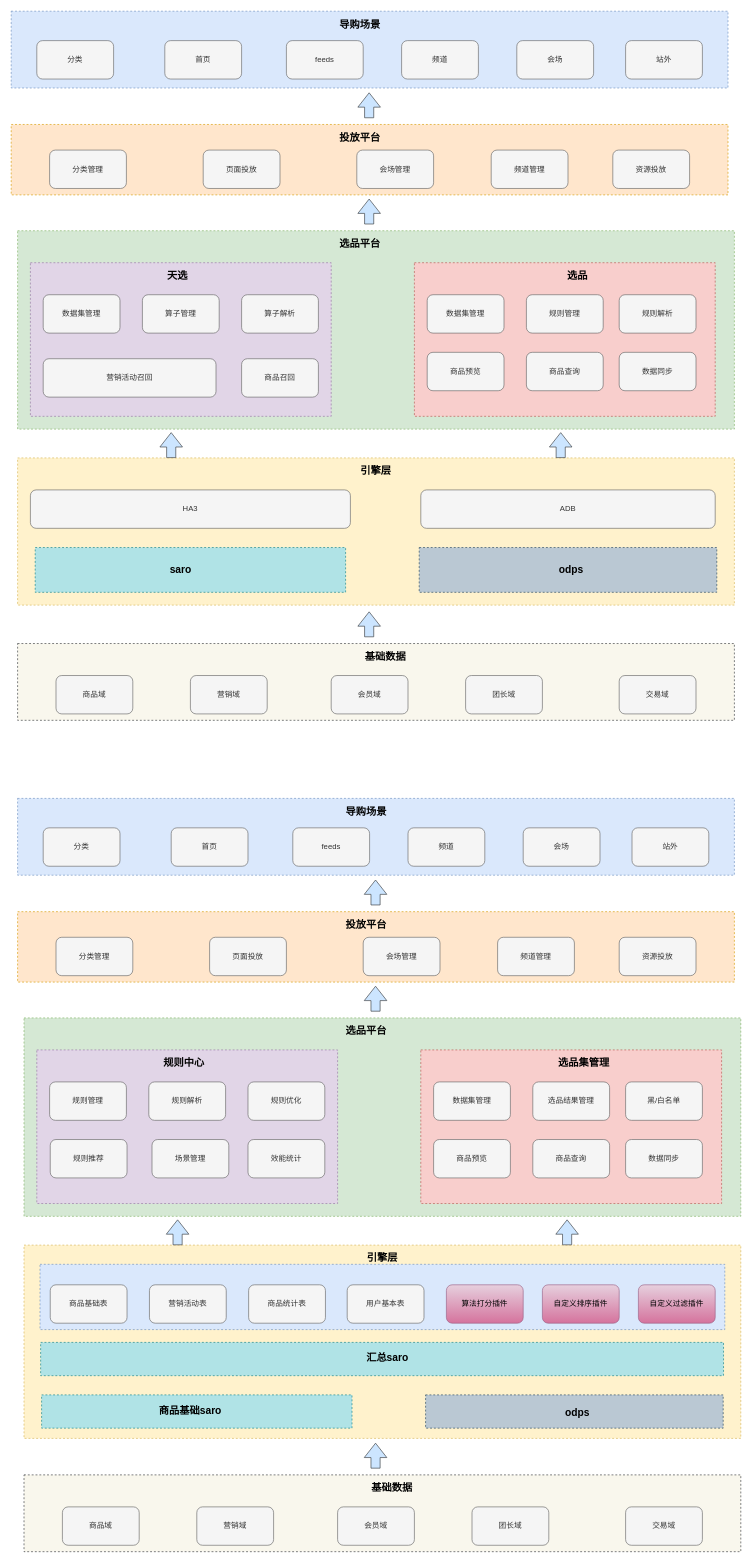
Above: Untitled Diagram.drawio in xushaoping/hosts (draw.io), before the change. Source tidied: cells renumbered, new cells numbered last; positions are measured from the earlier drawing's top-left corner, leaving out a move shared by most shapes. Both pictures are drawn from the tidied source at 64%, with x=0, y=0 at pixel (11, 11).
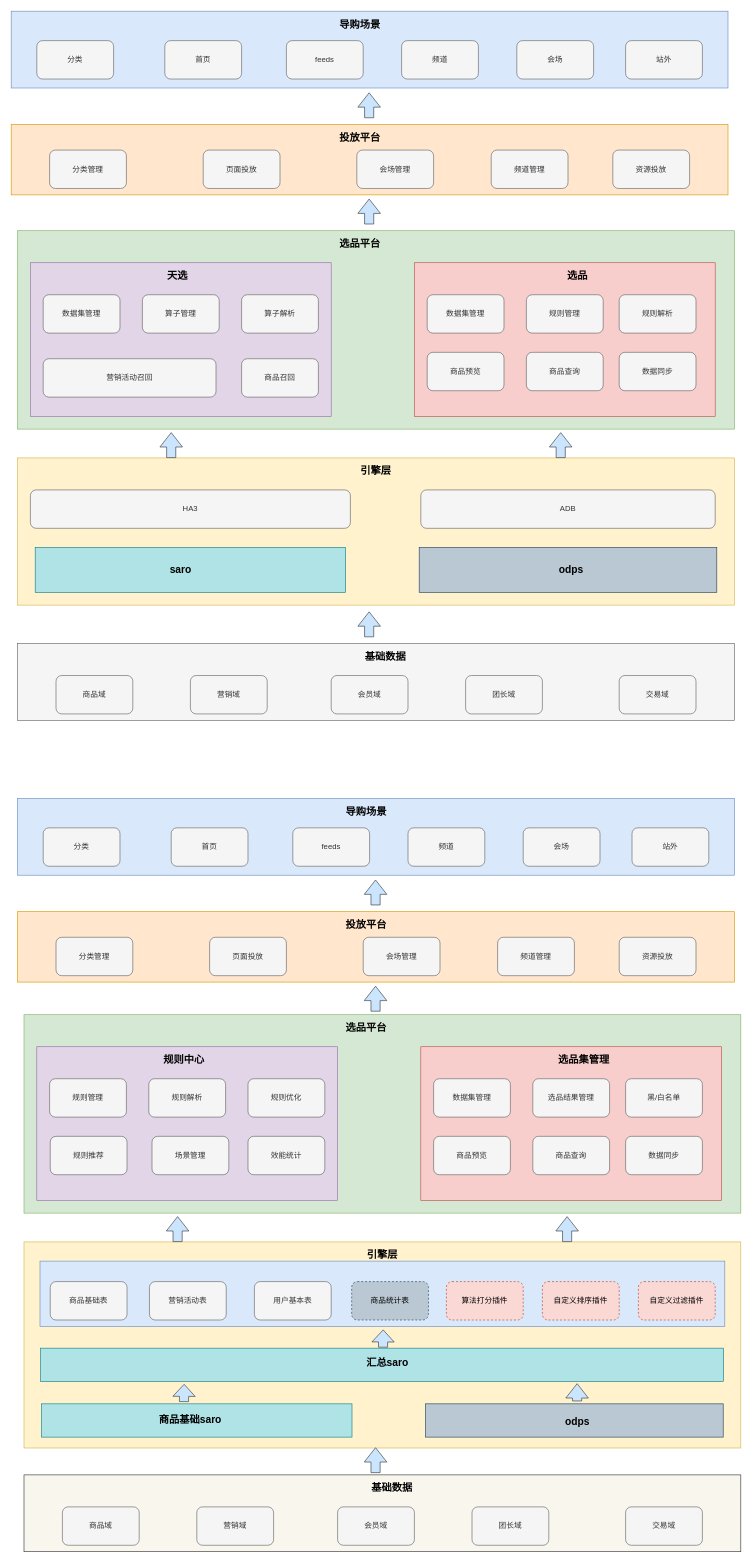
The same page after the edit.

What changed in the source:
```diff
@@
-    <mxCell id="2" style="rounded=0;whiteSpace=wrap;html=1;fillColor=#dae8fc;dashed=1;strokeColor=#6c8ebf;" parent="1" vertex="1">
+    <mxCell id="2" style="rounded=0;whiteSpace=wrap;html=1;fillColor=#dae8fc;strokeColor=#6c8ebf;" parent="1" vertex="1">
       <mxGeometry width="1120" height="120" as="geometry" />
     </mxCell>
@@
-    <mxCell id="10" style="rounded=0;whiteSpace=wrap;html=1;fillColor=#ffe6cc;dashed=1;strokeColor=#d79b00;" parent="1" vertex="1">
+    <mxCell id="10" style="rounded=0;whiteSpace=wrap;html=1;fillColor=#ffe6cc;strokeColor=#d79b00;" parent="1" vertex="1">
       <mxGeometry y="177" width="1120" height="110" as="geometry" />
     </mxCell>
@@
-    <mxCell id="17" style="rounded=0;whiteSpace=wrap;html=1;fillColor=#d5e8d4;dashed=1;strokeColor=#82b366;" parent="1" vertex="1">
+    <mxCell id="17" style="rounded=0;whiteSpace=wrap;html=1;fillColor=#d5e8d4;strokeColor=#82b366;" parent="1" vertex="1">
       <mxGeometry x="10" y="343" width="1120" height="310" as="geometry" />
     </mxCell>
@@
-    <mxCell id="19" style="rounded=0;whiteSpace=wrap;html=1;fillColor=#e1d5e7;dashed=1;strokeColor=#9673a6;" parent="1" vertex="1">
+    <mxCell id="19" style="rounded=0;whiteSpace=wrap;html=1;fillColor=#e1d5e7;strokeColor=#9673a6;" parent="1" vertex="1">
       <mxGeometry x="30" y="393" width="470" height="240" as="geometry" />
     </mxCell>
@@
-    <mxCell id="21" style="rounded=0;whiteSpace=wrap;html=1;fillColor=#f8cecc;dashed=1;strokeColor=#b85450;" parent="1" vertex="1">
+    <mxCell id="21" style="rounded=0;whiteSpace=wrap;html=1;fillColor=#f8cecc;strokeColor=#b85450;" parent="1" vertex="1">
       <mxGeometry x="630" y="393" width="470" height="240" as="geometry" />
     </mxCell>
@@
-    <mxCell id="34" style="rounded=0;whiteSpace=wrap;html=1;fillColor=#fff2cc;dashed=1;strokeColor=#d6b656;" parent="1" vertex="1">
+    <mxCell id="34" style="rounded=0;whiteSpace=wrap;html=1;fillColor=#fff2cc;strokeColor=#d6b656;" parent="1" vertex="1">
       <mxGeometry x="10" y="698" width="1120" height="230" as="geometry" />
     </mxCell>
@@
-    <mxCell id="38" style="rounded=0;whiteSpace=wrap;html=1;fillColor=#b0e3e6;dashed=1;strokeColor=#0e8088;" parent="1" vertex="1">
+    <mxCell id="38" style="rounded=0;whiteSpace=wrap;html=1;fillColor=#b0e3e6;strokeColor=#0e8088;" parent="1" vertex="1">
       <mxGeometry x="37.5" y="838" width="485" height="70" as="geometry" />
     </mxCell>
@@
-    <mxCell id="40" style="rounded=0;whiteSpace=wrap;html=1;fillColor=#bac8d3;dashed=1;strokeColor=#23445d;" parent="1" vertex="1">
+    <mxCell id="40" style="rounded=0;whiteSpace=wrap;html=1;fillColor=#bac8d3;strokeColor=#23445d;" parent="1" vertex="1">
       <mxGeometry x="637.5" y="838" width="465" height="70" as="geometry" />
     </mxCell>
@@
-    <mxCell id="42" style="rounded=0;whiteSpace=wrap;html=1;fillColor=#f9f7ed;dashed=1;strokeColor=#36393d;" parent="1" vertex="1">
+    <mxCell id="42" style="rounded=0;whiteSpace=wrap;html=1;fillColor=#f5f5f5;strokeColor=#666666;fontColor=#333333;" parent="1" vertex="1">
       <mxGeometry x="10" y="988" width="1120" height="120" as="geometry" />
     </mxCell>
@@
-    <mxCell id="54" style="rounded=0;whiteSpace=wrap;html=1;fillColor=#dae8fc;dashed=1;strokeColor=#6c8ebf;" parent="1" vertex="1">
+    <mxCell id="54" style="rounded=0;whiteSpace=wrap;html=1;fillColor=#dae8fc;strokeColor=#6c8ebf;" parent="1" vertex="1">
       <mxGeometry x="10" y="1230" width="1120" height="120" as="geometry" />
     </mxCell>
@@
-    <mxCell id="62" style="rounded=0;whiteSpace=wrap;html=1;fillColor=#ffe6cc;dashed=1;strokeColor=#d79b00;" parent="1" vertex="1">
+    <mxCell id="62" style="rounded=0;whiteSpace=wrap;html=1;fillColor=#ffe6cc;strokeColor=#d79b00;" parent="1" vertex="1">
       <mxGeometry x="10" y="1407" width="1120" height="110" as="geometry" />
     </mxCell>
@@
-    <mxCell id="69" style="rounded=0;whiteSpace=wrap;html=1;fillColor=#d5e8d4;dashed=1;strokeColor=#82b366;" parent="1" vertex="1">
-      <mxGeometry x="20" y="1573" width="1120" height="310" as="geometry" />
+    <mxCell id="69" style="rounded=0;whiteSpace=wrap;html=1;fillColor=#d5e8d4;strokeColor=#82b366;" parent="1" vertex="1">
+      <mxGeometry x="20" y="1568" width="1120" height="310" as="geometry" />
     </mxCell>
     <mxCell id="70" value="选品平台" style="text;html=1;strokeColor=none;fillColor=none;align=center;verticalAlign=middle;whiteSpace=wrap;rounded=0;fontStyle=1;fontSize=16;" parent="1" vertex="1">
-      <mxGeometry x="490" y="1583" width="130" height="20" as="geometry" />
+      <mxGeometry x="490" y="1578" width="130" height="20" as="geometry" />
     </mxCell>
-    <mxCell id="71" style="rounded=0;whiteSpace=wrap;html=1;fillColor=#e1d5e7;dashed=1;strokeColor=#9673a6;" parent="1" vertex="1">
-      <mxGeometry x="40" y="1623" width="470" height="240" as="geometry" />
+    <mxCell id="71" style="rounded=0;whiteSpace=wrap;html=1;fillColor=#e1d5e7;strokeColor=#9673a6;" parent="1" vertex="1">
+      <mxGeometry x="40" y="1618" width="470" height="240" as="geometry" />
     </mxCell>
     <mxCell id="72" value="规则中心" style="text;html=1;strokeColor=none;fillColor=none;align=center;verticalAlign=middle;whiteSpace=wrap;rounded=0;fontStyle=1;fontSize=16;" parent="1" vertex="1">
-      <mxGeometry x="205" y="1633" width="130" height="20" as="geometry" />
+      <mxGeometry x="205" y="1628" width="130" height="20" as="geometry" />
     </mxCell>
-    <mxCell id="73" style="rounded=0;whiteSpace=wrap;html=1;fillColor=#f8cecc;dashed=1;strokeColor=#b85450;" parent="1" vertex="1">
-      <mxGeometry x="640" y="1623" width="470" height="240" as="geometry" />
+    <mxCell id="73" style="rounded=0;whiteSpace=wrap;html=1;fillColor=#f8cecc;strokeColor=#b85450;" parent="1" vertex="1">
+      <mxGeometry x="640" y="1618" width="470" height="240" as="geometry" />
     </mxCell>
     <mxCell id="74" value="选品集管理" style="text;html=1;strokeColor=none;fillColor=none;align=center;verticalAlign=middle;whiteSpace=wrap;rounded=0;fontStyle=1;fontSize=16;" parent="1" vertex="1">
-      <mxGeometry x="830" y="1633" width="130" height="20" as="geometry" />
+      <mxGeometry x="830" y="1628" width="130" height="20" as="geometry" />
     </mxCell>
     <mxCell id="75" value="规则管理" style="rounded=1;whiteSpace=wrap;html=1;fillColor=#f5f5f5;strokeColor=#666666;fontColor=#333333;" parent="1" vertex="1">
-      <mxGeometry x="60" y="1673" width="120" height="60" as="geometry" />
+      <mxGeometry x="60" y="1668" width="120" height="60" as="geometry" />
     </mxCell>
     <mxCell id="76" value="规则解析" style="rounded=1;whiteSpace=wrap;html=1;fillColor=#f5f5f5;strokeColor=#666666;fontColor=#333333;" parent="1" vertex="1">
-      <mxGeometry x="215" y="1673" width="120" height="60" as="geometry" />
+      <mxGeometry x="215" y="1668" width="120" height="60" as="geometry" />
     </mxCell>
     <mxCell id="77" value="规则优化" style="rounded=1;whiteSpace=wrap;html=1;fillColor=#f5f5f5;strokeColor=#666666;fontColor=#333333;" parent="1" vertex="1">
-      <mxGeometry x="370" y="1673" width="120" height="60" as="geometry" />
+      <mxGeometry x="370" y="1668" width="120" height="60" as="geometry" />
     </mxCell>
     <mxCell id="78" value="数据集管理" style="rounded=1;whiteSpace=wrap;html=1;fillColor=#f5f5f5;strokeColor=#666666;fontColor=#333333;" parent="1" vertex="1">
-      <mxGeometry x="660" y="1673" width="120" height="60" as="geometry" />
+      <mxGeometry x="660" y="1668" width="120" height="60" as="geometry" />
     </mxCell>
     <mxCell id="79" value="选品结果管理" style="rounded=1;whiteSpace=wrap;html=1;fillColor=#f5f5f5;strokeColor=#666666;fontColor=#333333;" parent="1" vertex="1">
-      <mxGeometry x="815" y="1673" width="120" height="60" as="geometry" />
+      <mxGeometry x="815" y="1668" width="120" height="60" as="geometry" />
     </mxCell>
     <mxCell id="80" value="黑/白名单" style="rounded=1;whiteSpace=wrap;html=1;fillColor=#f5f5f5;strokeColor=#666666;fontColor=#333333;" parent="1" vertex="1">
-      <mxGeometry x="960" y="1673" width="120" height="60" as="geometry" />
+      <mxGeometry x="960" y="1668" width="120" height="60" as="geometry" />
     </mxCell>
     <mxCell id="81" value="商品预览" style="rounded=1;whiteSpace=wrap;html=1;fillColor=#f5f5f5;strokeColor=#666666;fontColor=#333333;" parent="1" vertex="1">
-      <mxGeometry x="660" y="1763" width="120" height="60" as="geometry" />
+      <mxGeometry x="660" y="1758" width="120" height="60" as="geometry" />
     </mxCell>
     <mxCell id="82" value="商品查询" style="rounded=1;whiteSpace=wrap;html=1;fillColor=#f5f5f5;strokeColor=#666666;fontColor=#333333;" parent="1" vertex="1">
-      <mxGeometry x="815" y="1763" width="120" height="60" as="geometry" />
+      <mxGeometry x="815" y="1758" width="120" height="60" as="geometry" />
     </mxCell>
     <mxCell id="83" value="数据同步" style="rounded=1;whiteSpace=wrap;html=1;fillColor=#f5f5f5;strokeColor=#666666;fontColor=#333333;" parent="1" vertex="1">
-      <mxGeometry x="960" y="1763" width="120" height="60" as="geometry" />
+      <mxGeometry x="960" y="1758" width="120" height="60" as="geometry" />
     </mxCell>
-    <mxCell id="84" style="rounded=0;whiteSpace=wrap;html=1;fillColor=#fff2cc;dashed=1;strokeColor=#d6b656;" parent="1" vertex="1">
-      <mxGeometry x="20" y="1928" width="1120" height="302" as="geometry" />
+    <mxCell id="84" style="rounded=0;whiteSpace=wrap;html=1;fillColor=#fff2cc;strokeColor=#d6b656;" parent="1" vertex="1">
+      <mxGeometry x="20" y="1923" width="1120" height="322" as="geometry" />
     </mxCell>
     <mxCell id="85" value="引擎层" style="text;html=1;strokeColor=none;fillColor=none;align=center;verticalAlign=middle;whiteSpace=wrap;rounded=0;fontStyle=1;fontSize=16;" parent="1" vertex="1">
-      <mxGeometry x="515" y="1938" width="130" height="20" as="geometry" />
+      <mxGeometry x="515" y="1933" width="130" height="20" as="geometry" />
     </mxCell>
-    <mxCell id="86" style="rounded=0;whiteSpace=wrap;html=1;fillColor=#b0e3e6;dashed=1;strokeColor=#0e8088;" parent="1" vertex="1">
-      <mxGeometry x="47.5" y="2162" width="485" height="52" as="geometry" />
+    <mxCell id="86" style="rounded=0;whiteSpace=wrap;html=1;fillColor=#b0e3e6;strokeColor=#0e8088;" parent="1" vertex="1">
+      <mxGeometry x="47.5" y="2176" width="485" height="52" as="geometry" />
     </mxCell>
     <mxCell id="87" value="商品基础saro" style="text;html=1;strokeColor=none;fillColor=none;align=center;verticalAlign=middle;whiteSpace=wrap;rounded=0;fontStyle=1;fontSize=16;" parent="1" vertex="1">
-      <mxGeometry x="215" y="2177" width="130" height="20" as="geometry" />
+      <mxGeometry x="215" y="2191" width="130" height="20" as="geometry" />
     </mxCell>
-    <mxCell id="88" style="rounded=0;whiteSpace=wrap;html=1;fillColor=#bac8d3;dashed=1;strokeColor=#23445d;" parent="1" vertex="1">
-      <mxGeometry x="647.5" y="2162" width="465" height="52" as="geometry" />
+    <mxCell id="88" style="rounded=0;whiteSpace=wrap;html=1;fillColor=#bac8d3;strokeColor=#23445d;" parent="1" vertex="1">
+      <mxGeometry x="647.5" y="2176" width="465" height="52" as="geometry" />
     </mxCell>
     <mxCell id="89" value="odps" style="text;html=1;strokeColor=none;fillColor=none;align=center;verticalAlign=middle;whiteSpace=wrap;rounded=0;fontStyle=1;fontSize=16;" parent="1" vertex="1">
-      <mxGeometry x="820" y="2179" width="130" height="20" as="geometry" />
+      <mxGeometry x="820" y="2193" width="130" height="20" as="geometry" />
     </mxCell>
-    <mxCell id="90" style="rounded=0;whiteSpace=wrap;html=1;fillColor=#f9f7ed;dashed=1;strokeColor=#36393d;" parent="1" vertex="1">
+    <mxCell id="90" style="rounded=0;whiteSpace=wrap;html=1;fillColor=#f9f7ed;strokeColor=#36393d;" parent="1" vertex="1">
       <mxGeometry x="20" y="2287" width="1120" height="120" as="geometry" />
     </mxCell>
@@
     <mxCell id="97" style="shape=flexArrow;endArrow=classic;html=1;fontSize=16;width=14.285714285714286;endSize=7.142857142857143;fillColor=#cce5ff;strokeColor=#36393d;" parent="1" edge="1">
       <mxGeometry relative="1" as="geometry">
-        <mxPoint x="868.6" y="1928" as="sourcePoint" />
-        <mxPoint x="868.6" y="1888" as="targetPoint" />
+        <mxPoint x="868.6" y="1923" as="sourcePoint" />
+        <mxPoint x="868.6" y="1883" as="targetPoint" />
       </mxGeometry>
     </mxCell>
     <mxCell id="98" style="shape=flexArrow;endArrow=classic;html=1;fontSize=16;width=14.285714285714286;endSize=7.142857142857143;fillColor=#cce5ff;strokeColor=#36393d;" parent="1" edge="1">
       <mxGeometry relative="1" as="geometry">
-        <mxPoint x="260" y="1928" as="sourcePoint" />
-        <mxPoint x="260" y="1888" as="targetPoint" />
+        <mxPoint x="260" y="1923" as="sourcePoint" />
+        <mxPoint x="260" y="1883" as="targetPoint" />
       </mxGeometry>
     </mxCell>
@@
     <mxCell id="101" style="shape=flexArrow;endArrow=classic;html=1;fontSize=16;width=14.285714285714286;endSize=7.142857142857143;fillColor=#cce5ff;strokeColor=#36393d;" parent="1" edge="1">
       <mxGeometry relative="1" as="geometry">
-        <mxPoint x="569.3" y="2277" as="sourcePoint" />
-        <mxPoint x="569.3" y="2237" as="targetPoint" />
+        <mxPoint x="569.3" y="2284" as="sourcePoint" />
+        <mxPoint x="569.3" y="2244" as="targetPoint" />
       </mxGeometry>
     </mxCell>
-    <mxCell id="102" style="rounded=0;whiteSpace=wrap;html=1;fillColor=#b0e3e6;dashed=1;strokeColor=#0e8088;" parent="1" vertex="1">
-      <mxGeometry x="46" y="2080" width="1067" height="52" as="geometry" />
+    <mxCell id="102" style="rounded=0;whiteSpace=wrap;html=1;fillColor=#b0e3e6;strokeColor=#0e8088;" parent="1" vertex="1">
+      <mxGeometry x="46" y="2089" width="1067" height="52" as="geometry" />
     </mxCell>
     <mxCell id="103" value="汇总saro" style="text;html=1;strokeColor=none;fillColor=none;align=center;verticalAlign=middle;whiteSpace=wrap;rounded=0;fontStyle=1;fontSize=16;" parent="1" vertex="1">
-      <mxGeometry x="522.5" y="2093" width="130" height="20" as="geometry" />
+      <mxGeometry x="522.5" y="2101" width="130" height="20" as="geometry" />
     </mxCell>
-    <mxCell id="104" style="rounded=0;whiteSpace=wrap;html=1;fillColor=#dae8fc;dashed=1;strokeColor=#6c8ebf;" parent="1" vertex="1">
-      <mxGeometry x="45" y="1958" width="1070" height="102" as="geometry" />
+    <mxCell id="104" style="rounded=0;whiteSpace=wrap;html=1;fillColor=#dae8fc;strokeColor=#6c8ebf;" parent="1" vertex="1">
+      <mxGeometry x="45" y="1953" width="1070" height="102" as="geometry" />
     </mxCell>
     <mxCell id="105" value="商品基础表" style="rounded=1;whiteSpace=wrap;html=1;fillColor=#f5f5f5;strokeColor=#666666;fontColor=#333333;" parent="1" vertex="1">
-      <mxGeometry x="61" y="1990" width="120" height="60" as="geometry" />
+      <mxGeometry x="61" y="1985" width="120" height="60" as="geometry" />
     </mxCell>
     <mxCell id="106" value="营销活动表" style="rounded=1;whiteSpace=wrap;html=1;fillColor=#f5f5f5;strokeColor=#666666;fontColor=#333333;" parent="1" vertex="1">
-      <mxGeometry x="216" y="1990" width="120" height="60" as="geometry" />
+      <mxGeometry x="216" y="1985" width="120" height="60" as="geometry" />
     </mxCell>
-    <mxCell id="107" value="商品统计表" style="rounded=1;whiteSpace=wrap;html=1;fillColor=#f5f5f5;strokeColor=#666666;fontColor=#333333;" parent="1" vertex="1">
-      <mxGeometry x="371" y="1990" width="120" height="60" as="geometry" />
+    <mxCell id="107" value="商品统计表" style="rounded=1;whiteSpace=wrap;html=1;fillColor=#bac8d3;strokeColor=#23445d;dashed=1;" parent="1" vertex="1">
+      <mxGeometry x="532" y="1985" width="120" height="60" as="geometry" />
     </mxCell>
     <mxCell id="108" value="用户基本表" style="rounded=1;whiteSpace=wrap;html=1;fillColor=#f5f5f5;strokeColor=#666666;fontColor=#333333;" parent="1" vertex="1">
-      <mxGeometry x="525" y="1990" width="120" height="60" as="geometry" />
+      <mxGeometry x="380" y="1985" width="120" height="60" as="geometry" />
     </mxCell>
-    <mxCell id="109" value="算法打分插件" style="rounded=1;whiteSpace=wrap;html=1;fillColor=#e6d0de;strokeColor=#996185;gradientColor=#d5739d;" parent="1" vertex="1">
-      <mxGeometry x="680" y="1990" width="120" height="60" as="geometry" />
+    <mxCell id="109" value="算法打分插件" style="rounded=1;whiteSpace=wrap;html=1;fillColor=#fad9d5;strokeColor=#ae4132;dashed=1;" parent="1" vertex="1">
+      <mxGeometry x="680" y="1985" width="120" height="60" as="geometry" />
     </mxCell>
-    <mxCell id="110" value="自定义排序插件" style="rounded=1;whiteSpace=wrap;html=1;fillColor=#e6d0de;strokeColor=#996185;gradientColor=#d5739d;" parent="1" vertex="1">
-      <mxGeometry x="830" y="1990" width="120" height="60" as="geometry" />
+    <mxCell id="110" value="自定义排序插件" style="rounded=1;whiteSpace=wrap;html=1;fillColor=#fad9d5;strokeColor=#ae4132;dashed=1;" parent="1" vertex="1">
+      <mxGeometry x="830" y="1985" width="120" height="60" as="geometry" />
     </mxCell>
-    <mxCell id="111" value="自定义过滤插件" style="rounded=1;whiteSpace=wrap;html=1;fillColor=#e6d0de;strokeColor=#996185;gradientColor=#d5739d;" parent="1" vertex="1">
-      <mxGeometry x="980" y="1990" width="120" height="60" as="geometry" />
+    <mxCell id="111" value="自定义过滤插件" style="rounded=1;whiteSpace=wrap;html=1;fillColor=#fad9d5;strokeColor=#ae4132;dashed=1;" parent="1" vertex="1">
+      <mxGeometry x="980" y="1985" width="120" height="60" as="geometry" />
     </mxCell>
     <mxCell id="112" value="规则推荐" style="rounded=1;whiteSpace=wrap;html=1;fillColor=#f5f5f5;strokeColor=#666666;fontColor=#333333;" parent="1" vertex="1">
-      <mxGeometry x="61" y="1763" width="120" height="60" as="geometry" />
+      <mxGeometry x="61" y="1758" width="120" height="60" as="geometry" />
     </mxCell>
     <mxCell id="113" value="场景管理" style="rounded=1;whiteSpace=wrap;html=1;fillColor=#f5f5f5;strokeColor=#666666;fontColor=#333333;" parent="1" vertex="1">
-      <mxGeometry x="220" y="1763" width="120" height="60" as="geometry" />
+      <mxGeometry x="220" y="1758" width="120" height="60" as="geometry" />
     </mxCell>
     <mxCell id="114" value="效能统计" style="rounded=1;whiteSpace=wrap;html=1;fillColor=#f5f5f5;strokeColor=#666666;fontColor=#333333;" parent="1" vertex="1">
-      <mxGeometry x="370" y="1763" width="120" height="60" as="geometry" />
+      <mxGeometry x="370" y="1758" width="120" height="60" as="geometry" />
     </mxCell>
+    <mxCell id="115" style="shape=flexArrow;endArrow=classic;html=1;fontSize=16;width=14.285714285714286;endSize=5.933333333333334;fillColor=#cce5ff;strokeColor=#36393d;endWidth=19.523809523809522;" parent="1" edge="1">
+      <mxGeometry relative="1" as="geometry">
+        <mxPoint x="270" y="2173" as="sourcePoint" />
+        <mxPoint x="270.2" y="2145" as="targetPoint" />
+        <Array as="points">
+          <mxPoint x="270" y="2173" />
+        </Array>
+      </mxGeometry>
+    </mxCell>
+    <mxCell id="116" style="shape=flexArrow;endArrow=classic;html=1;fontSize=16;width=14.285714285714286;endSize=7.142857142857143;fillColor=#cce5ff;strokeColor=#36393d;" parent="1" edge="1">
+      <mxGeometry relative="1" as="geometry">
+        <mxPoint x="884.2" y="2172" as="sourcePoint" />
+        <mxPoint x="884.3" y="2144" as="targetPoint" />
+        <Array as="points">
+          <mxPoint x="884.2" y="2172" />
+        </Array>
+      </mxGeometry>
+    </mxCell>
+    <mxCell id="117" style="shape=flexArrow;endArrow=classic;html=1;fontSize=16;width=14.285714285714286;endSize=5.933333333333334;fillColor=#cce5ff;strokeColor=#36393d;endWidth=19.523809523809522;" parent="1" edge="1">
+      <mxGeometry relative="1" as="geometry">
+        <mxPoint x="581" y="2088" as="sourcePoint" />
+        <mxPoint x="581.2" y="2060" as="targetPoint" />
+        <Array as="points">
+          <mxPoint x="581" y="2088" />
+        </Array>
+      </mxGeometry>
+    </mxCell>
```
